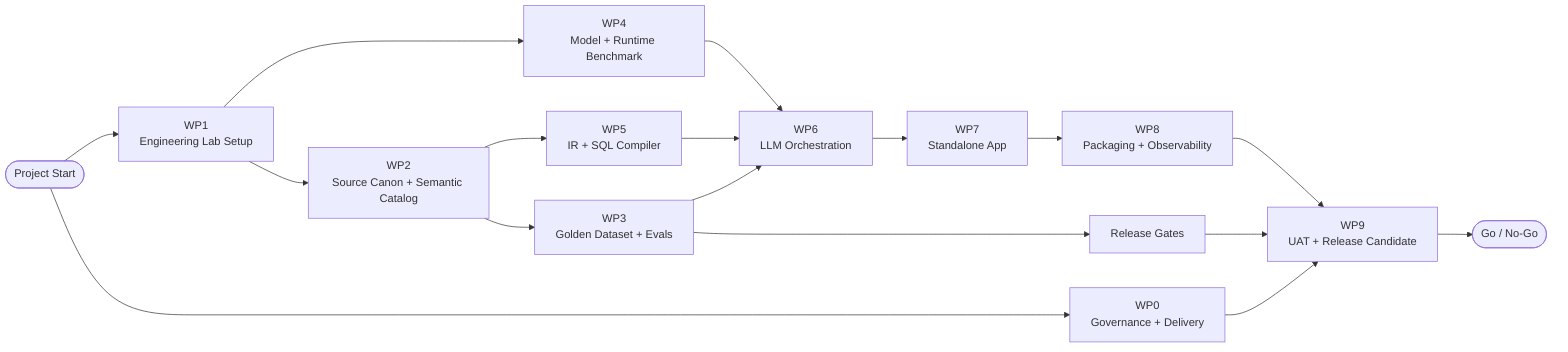
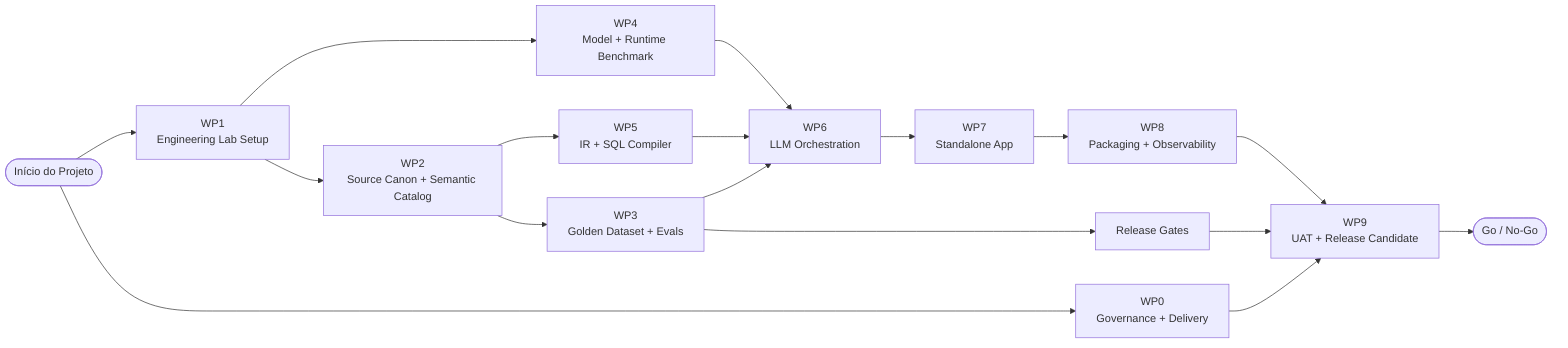
flowchart LR
-     START([Project Start])
+     START([Início do Projeto])

    START --> LAB[WP1<br/>Engineering Lab Setup]
    START --> GOV[WP0<br/>Governance + Delivery]

    LAB --> SOURCES[WP2<br/>Source Canon + Semantic Catalog]
    SOURCES --> GOLDEN[WP3<br/>Golden Dataset + Evals]
    SOURCES --> IR[WP5<br/>IR + SQL Compiler]

    LAB --> BENCH[WP4<br/>Model + Runtime Benchmark]
    BENCH --> LLM[WP6<br/>LLM Orchestration]

    IR --> LLM
    GOLDEN --> LLM
    GOLDEN --> GATES[Release Gates]

    LLM --> APP[WP7<br/>Standalone App]
    APP --> PACK[WP8<br/>Packaging + Observability]
    PACK --> UAT[WP9<br/>UAT + Release Candidate]

    GATES --> UAT
    GOV --> UAT

    UAT --> END([Go / No-Go])
